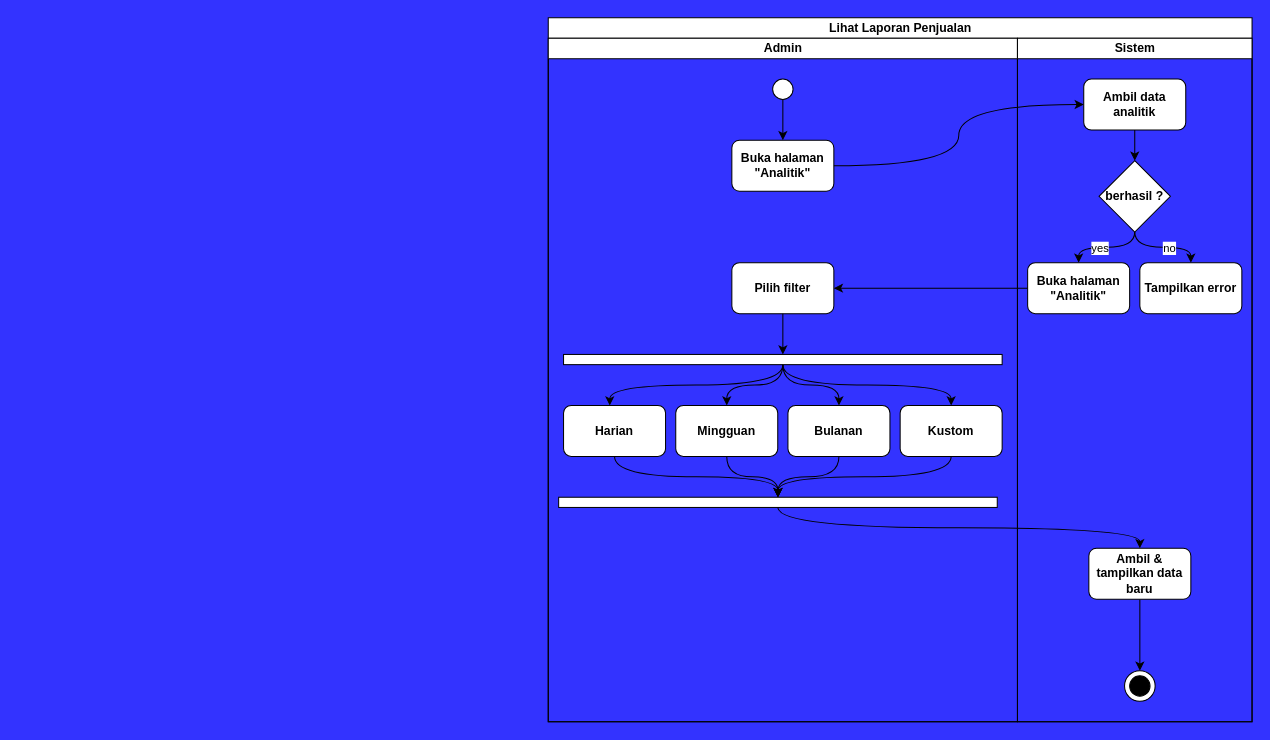
RIOKOWI/warmindo_purnama_flutter keeps this draw.io diagram as page "lihat laporan penjualan" (3 of 15) of assets/uml/activity-diagram.drawio. Above is the earlier version. Source tidied: cells renumbered, new cells numbered last; positions are measured from the earlier drawing's top-left corner, leaving out a move shared by most shapes. Both pictures are drawn from the tidied source at 102%, with x=0, y=0 at pixel (17, 17).
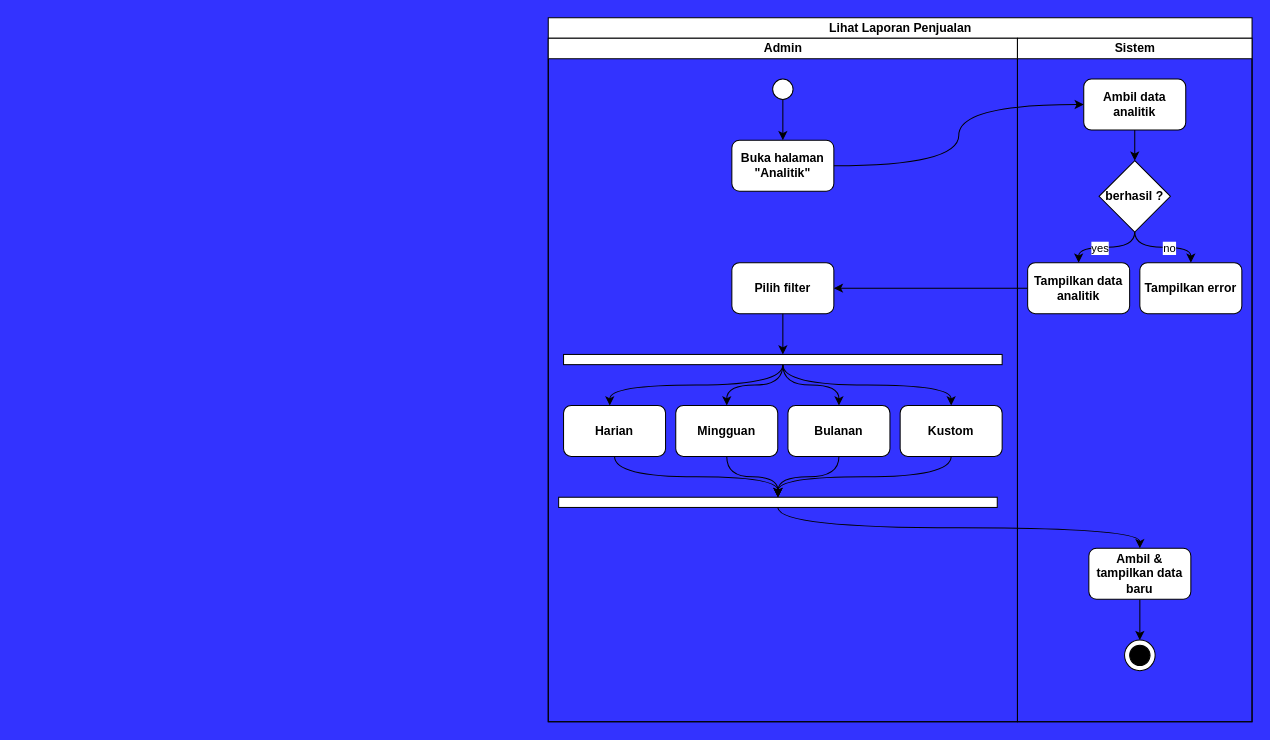
The same diagram, later.

Commit message:
docs(uml): create activity diagram manage profile

The change refers to these unchanged cells:
```xml
<mxCell id="24" value="Sistem" style="swimlane;startSize=20;html=1;" parent="3" vertex="1">
  <mxGeometry x="460" y="20" width="230" height="670" as="geometry" />
</mxCell>
```

Change to the diagram source:
```diff
@@
-    <mxCell id="33" value="Buka halaman &quot;Analitik&quot;" style="rounded=1;whiteSpace=wrap;html=1;strokeColor=default;align=center;verticalAlign=middle;fontFamily=Helvetica;fontSize=12;fontColor=default;fontStyle=1;fillColor=default;" parent="24" vertex="1">
+    <mxCell id="33" value="Tampilkan data analitik" style="rounded=1;whiteSpace=wrap;html=1;strokeColor=default;align=center;verticalAlign=middle;fontFamily=Helvetica;fontSize=12;fontColor=default;fontStyle=1;fillColor=default;" parent="24" vertex="1">
       <mxGeometry x="10" y="220" width="100" height="50" as="geometry" />
     </mxCell>
@@
     <mxCell id="36" style="group;" parent="24" vertex="1">
-      <mxGeometry x="105" y="620" width="30" height="30" as="geometry" />
+      <mxGeometry x="105" y="590" width="30" height="30" as="geometry" />
     </mxCell>
```
